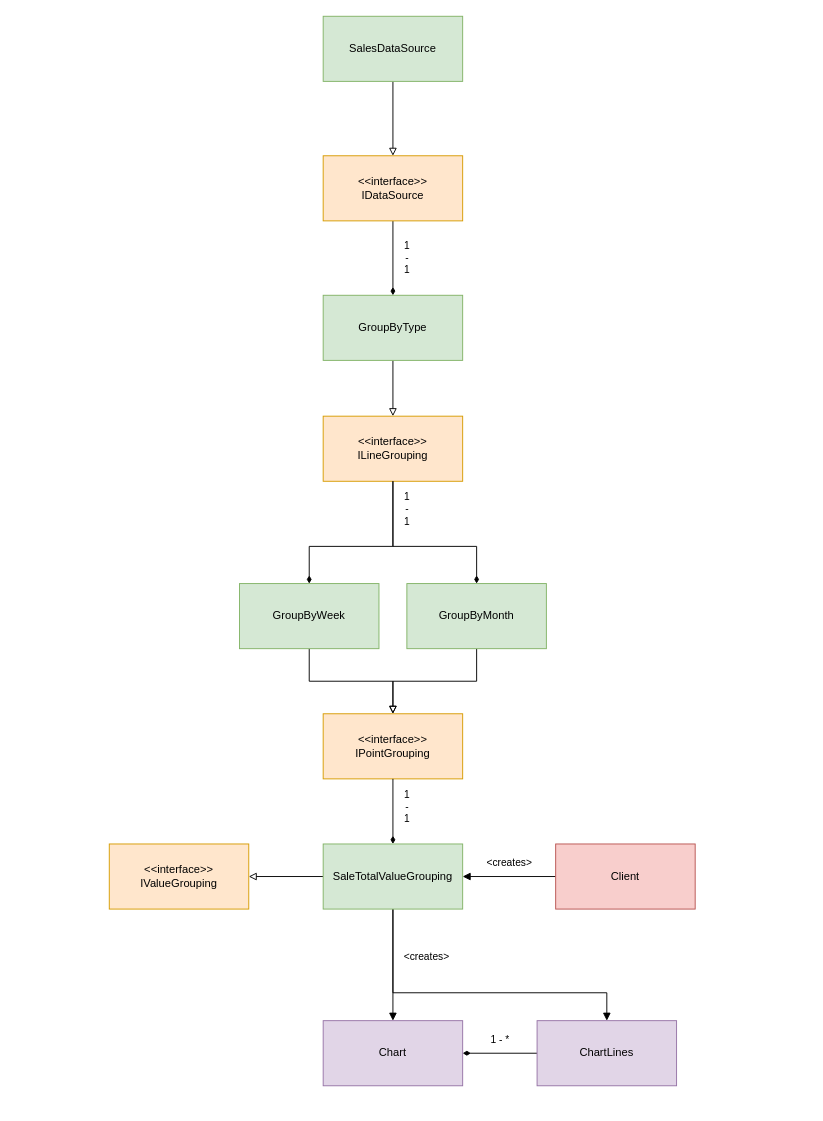
Above: Documentation/Overview.drawio in DaveyvanTilburg/challange_data_reporting (draw.io), before the change. Source tidied: cells renumbered, new cells numbered last; positions are measured from the earlier drawing's top-left corner, leaving out a move shared by most shapes. Both pictures are drawn from the tidied source at 93%, with x=0, y=0 at pixel (109, 16).
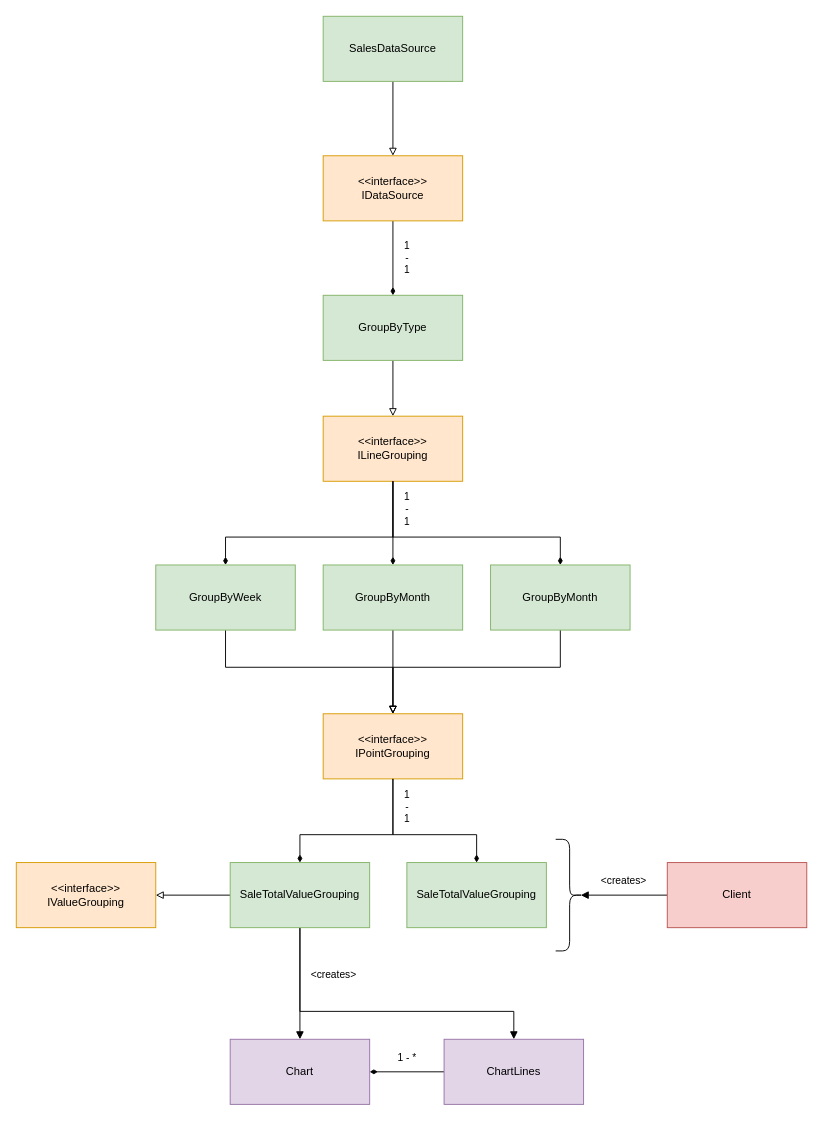
The same page after the edit.

Unchanged cells that the change refers to:
```xml
<mxCell id="2" value="&amp;lt;&amp;lt;interface&amp;gt;&amp;gt;&lt;br&gt;ILineGrouping" style="rounded=0;whiteSpace=wrap;html=1;fillColor=#ffe6cc;strokeColor=#d79b00;" parent="1" vertex="1">
  <mxGeometry x="230" y="430" width="150" height="70" as="geometry" />
</mxCell>
<mxCell id="3" value="&amp;lt;&amp;lt;interface&amp;gt;&amp;gt;&lt;br&gt;IPointGrouping" style="rounded=0;whiteSpace=wrap;html=1;fillColor=#ffe6cc;strokeColor=#d79b00;" parent="1" vertex="1">
  <mxGeometry x="230" y="750" width="150" height="70" as="geometry" />
</mxCell>
```

Diff of the diagram source:
```diff
@@
     <mxCell id="4" value="&amp;lt;&amp;lt;interface&amp;gt;&amp;gt;&lt;br&gt;IValueGrouping" style="rounded=0;whiteSpace=wrap;html=1;fillColor=#ffe6cc;strokeColor=#d79b00;" parent="1" vertex="1">
-      <mxGeometry y="890" width="150" height="70" as="geometry" />
+      <mxGeometry x="-100" y="910" width="150" height="70" as="geometry" />
     </mxCell>
@@
+    <mxCell id="8" style="edgeStyle=orthogonalEdgeStyle;rounded=0;jettySize=auto;html=1;startArrow=diamondThin;startFill=1;endArrow=none;endFill=0;" parent="1" edge="1" source="9" target="2">
+      <mxGeometry relative="1" as="geometry" />
+    </mxCell>
-    <mxCell id="7" style="edgeStyle=orthogonalEdgeStyle;rounded=0;jettySize=auto;html=1;endArrow=block;endFill=0;" parent="1" edge="1" source="9" target="3">
+    <mxCell id="7" style="edgeStyle=orthogonalEdgeStyle;rounded=0;jettySize=auto;html=1;startArrow=none;startFill=0;endArrow=block;endFill=0;" parent="1" edge="1" source="9" target="3">
       <mxGeometry relative="1" as="geometry" />
     </mxCell>
-    <mxCell id="8" style="edgeStyle=orthogonalEdgeStyle;rounded=0;jettySize=auto;html=1;startArrow=diamondThin;startFill=1;endArrow=none;endFill=0;" parent="1" edge="1" source="9" target="2">
-      <mxGeometry relative="1" as="geometry">
-        <Array as="points">
-          <mxPoint x="395" y="570" />
-          <mxPoint x="305" y="570" />
-        </Array>
-      </mxGeometry>
-    </mxCell>
     <mxCell id="9" value="GroupByMonth" style="rounded=0;whiteSpace=wrap;html=1;fillColor=#d5e8d4;strokeColor=#82b366;" parent="1" vertex="1">
-      <mxGeometry x="320" y="610" width="150" height="70" as="geometry" />
+      <mxGeometry x="230" y="590" width="150" height="70" as="geometry" />
     </mxCell>
+    <mxCell id="28" style="edgeStyle=orthogonalEdgeStyle;rounded=0;jettySize=auto;html=1;startArrow=diamondThin;startFill=1;endArrow=none;endFill=0;" parent="1" edge="1" source="12" target="2">
+      <mxGeometry relative="1" as="geometry">
+        <Array as="points">
+          <mxPoint x="125" y="560" />
+          <mxPoint x="305" y="560" />
+        </Array>
+      </mxGeometry>
+    </mxCell>
     <mxCell id="10" style="edgeStyle=orthogonalEdgeStyle;rounded=0;jettySize=auto;html=1;startArrow=none;startFill=0;endArrow=block;endFill=0;" parent="1" edge="1" source="12" target="3">
-      <mxGeometry relative="1" as="geometry" />
+      <mxGeometry relative="1" as="geometry">
+        <Array as="points">
+          <mxPoint x="125" y="700" />
+          <mxPoint x="305" y="700" />
+        </Array>
+      </mxGeometry>
     </mxCell>
-    <mxCell id="11" value="1&lt;br&gt;-&lt;br&gt;1" style="edgeStyle=orthogonalEdgeStyle;rounded=0;jettySize=auto;html=1;startArrow=diamondThin;startFill=1;endArrow=none;endFill=0;" parent="1" edge="1" source="12" target="2">
-      <mxGeometry x="0.7" y="-15" relative="1" as="geometry">
-        <Array as="points">
-          <mxPoint x="215" y="570" />
-          <mxPoint x="305" y="570" />
-        </Array>
-      </mxGeometry>
-    </mxCell>
     <mxCell id="12" value="GroupByWeek" style="rounded=0;whiteSpace=wrap;html=1;fillColor=#d5e8d4;strokeColor=#82b366;" parent="1" vertex="1">
-      <mxGeometry x="140" y="610" width="150" height="70" as="geometry" />
+      <mxGeometry x="50" y="590" width="150" height="70" as="geometry" />
     </mxCell>
@@
     <mxCell id="15" style="edgeStyle=orthogonalEdgeStyle;rounded=0;jettySize=auto;html=1;startArrow=none;startFill=0;endArrow=block;endFill=1;" parent="1" edge="1" source="18" target="21">
       <mxGeometry relative="1" as="geometry">
         <Array as="points">
-          <mxPoint x="305" y="1050" />
-          <mxPoint x="535" y="1050" />
+          <mxPoint x="205" y="1070" />
+          <mxPoint x="435" y="1070" />
         </Array>
       </mxGeometry>
     </mxCell>
@@
     <mxCell id="17" value="1&lt;br&gt;-&lt;br&gt;1" style="edgeStyle=orthogonalEdgeStyle;rounded=0;jettySize=auto;html=1;startArrow=diamondThin;startFill=1;endArrow=none;endFill=0;" parent="1" edge="1" source="18" target="3">
-      <mxGeometry x="0.14" y="-15" relative="1" as="geometry" />
+      <mxGeometry x="0.68" y="-15" relative="1" as="geometry">
+        <Array as="points">
+          <mxPoint x="205" y="880" />
+          <mxPoint x="305" y="880" />
+        </Array>
+      </mxGeometry>
     </mxCell>
     <mxCell id="18" value="SaleTotalValueGrouping" style="rounded=0;whiteSpace=wrap;html=1;fillColor=#d5e8d4;strokeColor=#82b366;" parent="1" vertex="1">
-      <mxGeometry x="230" y="890" width="150" height="70" as="geometry" />
+      <mxGeometry x="130" y="910" width="150" height="70" as="geometry" />
     </mxCell>
@@
     <mxCell id="20" value="Chart" style="rounded=0;whiteSpace=wrap;html=1;fillColor=#e1d5e7;strokeColor=#9673a6;" parent="1" vertex="1">
-      <mxGeometry x="230" y="1080" width="150" height="70" as="geometry" />
+      <mxGeometry x="130" y="1100" width="150" height="70" as="geometry" />
     </mxCell>
     <mxCell id="21" value="ChartLines" style="rounded=0;whiteSpace=wrap;html=1;fillColor=#e1d5e7;strokeColor=#9673a6;" parent="1" vertex="1">
-      <mxGeometry x="460" y="1080" width="150" height="70" as="geometry" />
+      <mxGeometry x="360" y="1100" width="150" height="70" as="geometry" />
     </mxCell>
-    <mxCell id="22" value="&amp;lt;creates&amp;gt;" style="edgeStyle=orthogonalEdgeStyle;rounded=0;jettySize=auto;html=1;startArrow=none;startFill=0;endArrow=block;endFill=1;" parent="1" edge="1" source="23" target="18">
-      <mxGeometry y="-15" relative="1" as="geometry" />
+    <mxCell id="22" value="&amp;lt;creates&amp;gt;" style="edgeStyle=orthogonalEdgeStyle;rounded=0;jettySize=auto;html=1;startArrow=none;startFill=0;endArrow=block;endFill=1;entryX=0.1;entryY=0.5;entryDx=0;entryDy=0;entryPerimeter=0;" parent="1" edge="1" source="23" target="33">
+      <mxGeometry y="-15" relative="1" as="geometry">
+        <Array as="points">
+          <mxPoint x="665" y="940" />
+        </Array>
+      </mxGeometry>
     </mxCell>
     <mxCell id="23" value="Client" style="rounded=0;whiteSpace=wrap;html=1;fillColor=#f8cecc;strokeColor=#b85450;" parent="1" vertex="1">
-      <mxGeometry x="480" y="890" width="150" height="70" as="geometry" />
+      <mxGeometry x="600" y="910" width="150" height="70" as="geometry" />
     </mxCell>
@@
+    <mxCell id="11" value="1&lt;br&gt;-&lt;br&gt;1" style="edgeStyle=orthogonalEdgeStyle;rounded=0;jettySize=auto;html=1;startArrow=diamondThin;startFill=1;endArrow=none;endFill=0;" parent="1" edge="1" source="30" target="2">
+      <mxGeometry x="0.78" y="-15" relative="1" as="geometry">
+        <Array as="points">
+          <mxPoint x="485" y="560" />
+          <mxPoint x="305" y="560" />
+        </Array>
+      </mxGeometry>
+    </mxCell>
+    <mxCell id="29" style="edgeStyle=orthogonalEdgeStyle;rounded=0;jettySize=auto;html=1;startArrow=none;startFill=0;endArrow=block;endFill=0;" parent="1" edge="1" source="30" target="3">
+      <mxGeometry relative="1" as="geometry">
+        <Array as="points">
+          <mxPoint x="485" y="700" />
+          <mxPoint x="305" y="700" />
+        </Array>
+      </mxGeometry>
+    </mxCell>
+    <mxCell id="30" value="GroupByMonth" style="rounded=0;whiteSpace=wrap;html=1;fillColor=#d5e8d4;strokeColor=#82b366;" parent="1" vertex="1">
+      <mxGeometry x="410" y="590" width="150" height="70" as="geometry" />
+    </mxCell>
+    <mxCell id="31" style="edgeStyle=orthogonalEdgeStyle;rounded=0;jettySize=auto;html=1;startArrow=diamondThin;startFill=1;endArrow=none;endFill=0;" parent="1" edge="1" source="32" target="3">
+      <mxGeometry relative="1" as="geometry">
+        <Array as="points">
+          <mxPoint x="395" y="880" />
+          <mxPoint x="305" y="880" />
+        </Array>
+      </mxGeometry>
+    </mxCell>
+    <mxCell id="32" value="SaleTotalValueGrouping" style="rounded=0;whiteSpace=wrap;html=1;fillColor=#d5e8d4;strokeColor=#82b366;" parent="1" vertex="1">
+      <mxGeometry x="320" y="910" width="150" height="70" as="geometry" />
+    </mxCell>
+    <mxCell id="33" style="shape=curlyBracket;whiteSpace=wrap;html=1;rounded=1;rotation=-180;" parent="1" vertex="1">
+      <mxGeometry x="480" y="885" width="30" height="120" as="geometry" />
+    </mxCell>
```
